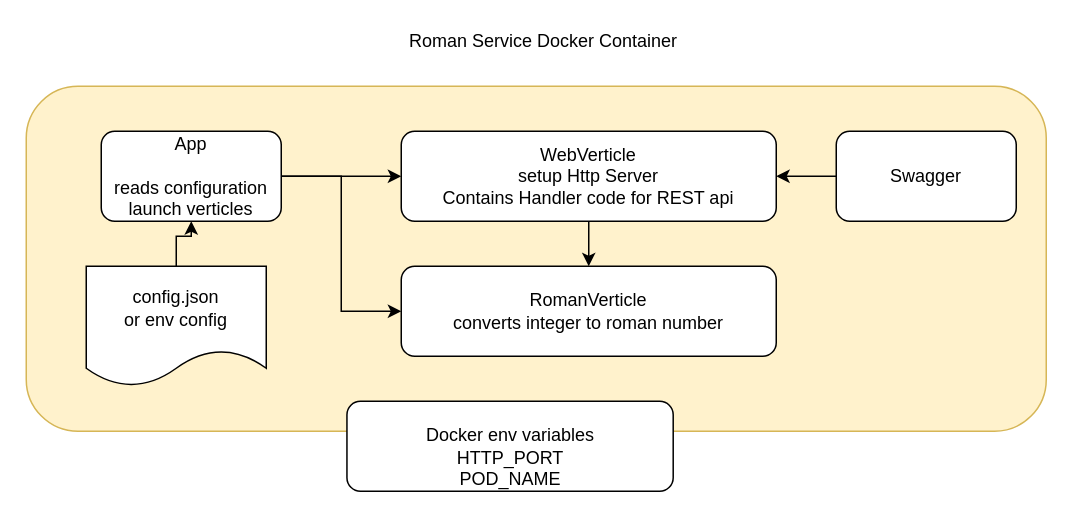
Above: design/RomanServiceDesign.drawio in sivaswami/roman (draw.io), before the change. Source tidied: cells renumbered, new cells numbered last; positions are measured from the earlier drawing's top-left corner, leaving out a move shared by most shapes. Both pictures are drawn from the tidied source at 150%, with x=0, y=0 at pixel (26, 26).
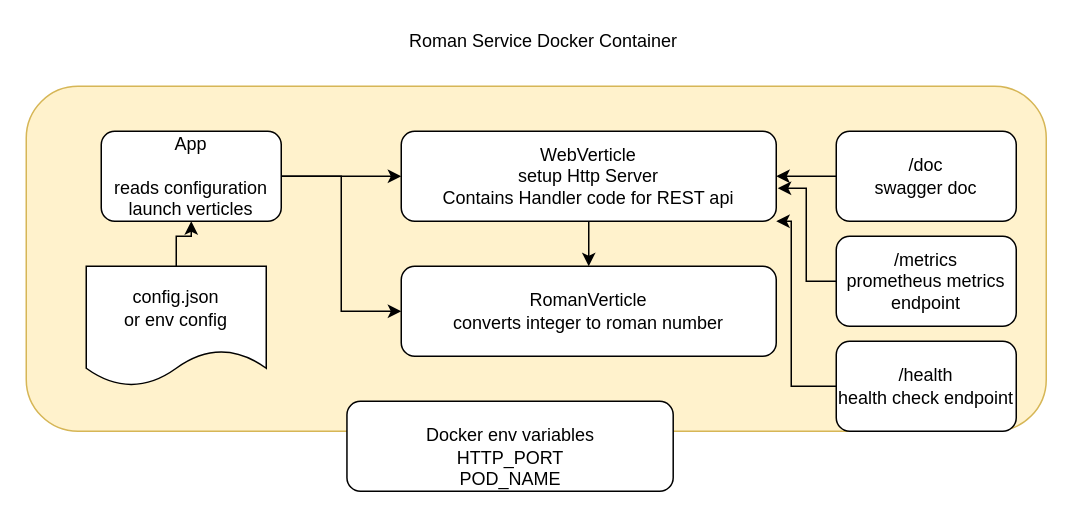
After the change.

Commit message (it also covers changes not shown here):
changed design diagrams

Unchanged cells that the change refers to:
```xml
<mxCell id="7" value="WebVerticle&lt;br&gt;setup Http Server&lt;br&gt;Contains Handler code for REST api" style="rounded=1;whiteSpace=wrap;html=1;" parent="1" vertex="1">
  <mxGeometry x="250" y="70" width="250" height="60" as="geometry" />
</mxCell>
```

What changed in the source:
```diff
@@
-    <mxCell id="11" value="Swagger&lt;br&gt;" style="rounded=1;whiteSpace=wrap;html=1;shadow=0;" parent="1" vertex="1">
+    <mxCell id="11" value="&lt;div&gt;/doc&lt;/div&gt;&lt;div&gt;swagger doc&lt;br&gt;&lt;/div&gt;" style="rounded=1;whiteSpace=wrap;html=1;shadow=0;" parent="1" vertex="1">
       <mxGeometry x="540" y="70" width="120" height="60" as="geometry" />
     </mxCell>
@@
+    <mxCell id="15" style="edgeStyle=orthogonalEdgeStyle;rounded=0;jettySize=auto;html=1;entryX=1.004;entryY=0.633;entryDx=0;entryDy=0;entryPerimeter=0;" parent="1" edge="1" source="16" target="7">
+      <mxGeometry relative="1" as="geometry" />
+    </mxCell>
+    <mxCell id="16" value="&lt;div&gt;/metrics&lt;br&gt;prometheus metrics endpoint&lt;br&gt;&lt;/div&gt;" style="rounded=1;whiteSpace=wrap;html=1;" parent="1" vertex="1">
+      <mxGeometry x="540" y="140" width="120" height="60" as="geometry" />
+    </mxCell>
+    <mxCell id="17" style="edgeStyle=orthogonalEdgeStyle;rounded=0;jettySize=auto;html=1;entryX=1;entryY=1;entryDx=0;entryDy=0;" parent="1" edge="1" source="18" target="7">
+      <mxGeometry relative="1" as="geometry">
+        <Array as="points">
+          <mxPoint x="510" y="240" />
+          <mxPoint x="510" y="130" />
+        </Array>
+      </mxGeometry>
+    </mxCell>
+    <mxCell id="18" value="&lt;div&gt;/health&lt;/div&gt;&lt;div&gt;health check endpoint&lt;br&gt;&lt;/div&gt;" style="rounded=1;whiteSpace=wrap;html=1;" parent="1" vertex="1">
+      <mxGeometry x="540" y="210" width="120" height="60" as="geometry" />
+    </mxCell>
```
